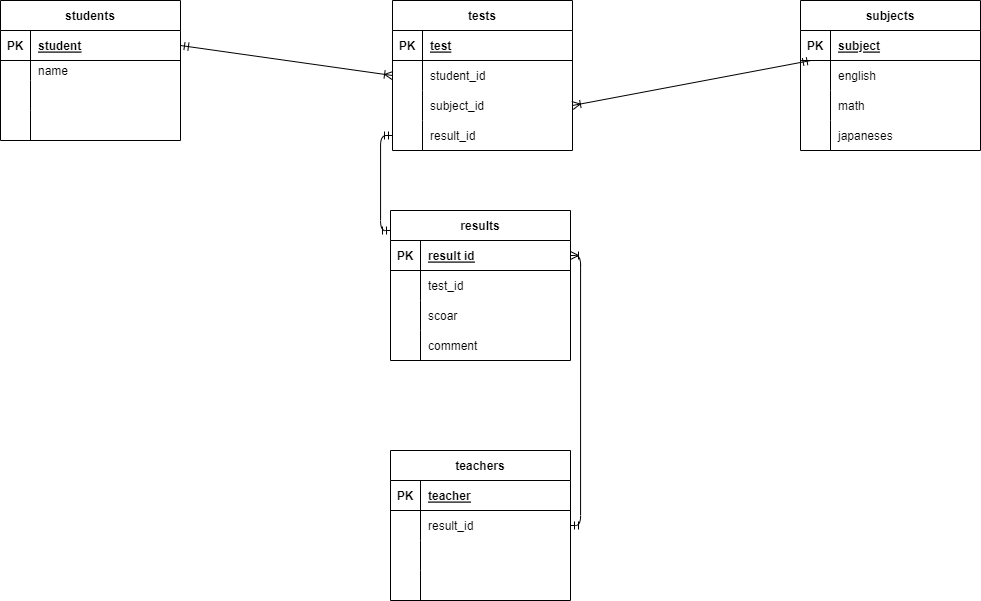
This is .drawio.png from piyotaro3/date-base, a draw.io export, as it was before one commit. Source tidied: cells renumbered, new cells last; positions are measured from the earlier drawing's top-left corner, leaving out a move shared by most shapes.
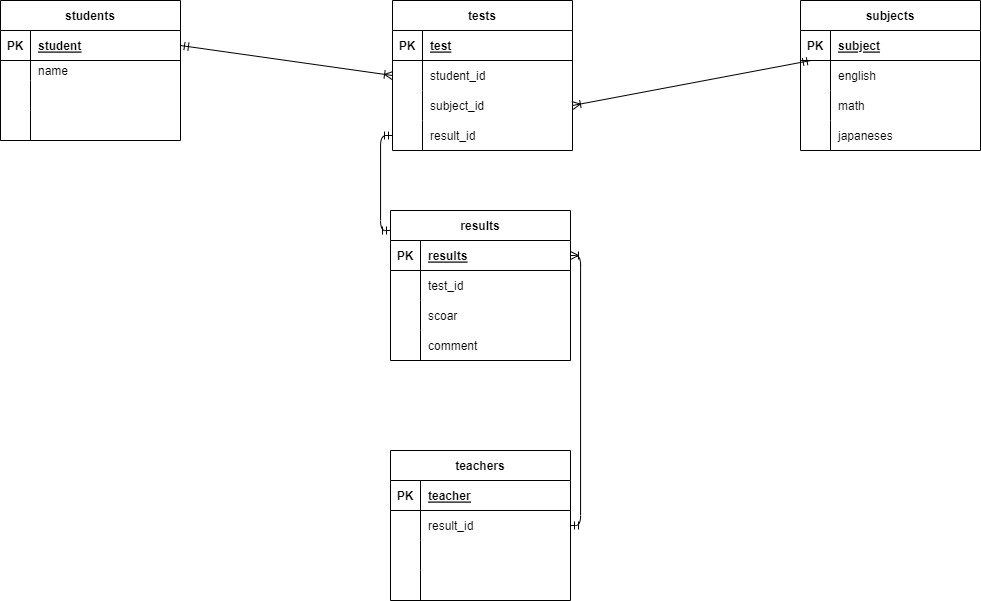
The same file after the commit.

Diff of the diagram source:
```diff
@@ -131,7 +131,7 @@
     <mxCell id="44" value="PK" style="shape=partialRectangle;fillColor=none;top=0;left=0;bottom=0;right=0;fontStyle=1;overflow=hidden;" parent="43" vertex="1">
       <mxGeometry width="30" height="30" as="geometry" />
     </mxCell>
-    <mxCell id="45" value="result id" style="shape=partialRectangle;fillColor=none;top=0;left=0;bottom=0;right=0;align=left;spacingLeft=6;fontStyle=5;overflow=hidden;" parent="43" vertex="1">
+    <mxCell id="45" value="results" style="shape=partialRectangle;fillColor=none;top=0;left=0;bottom=0;right=0;align=left;spacingLeft=6;fontStyle=5;overflow=hidden;" parent="43" vertex="1">
       <mxGeometry x="30" width="150" height="30" as="geometry" />
     </mxCell>
     <mxCell id="46" style="shape=tableRow;horizontal=0;startSize=0;swimlaneHead=0;swimlaneBody=0;fillColor=none;top=0;left=0;right=0;bottom=0;" parent="42" vertex="1">
```
